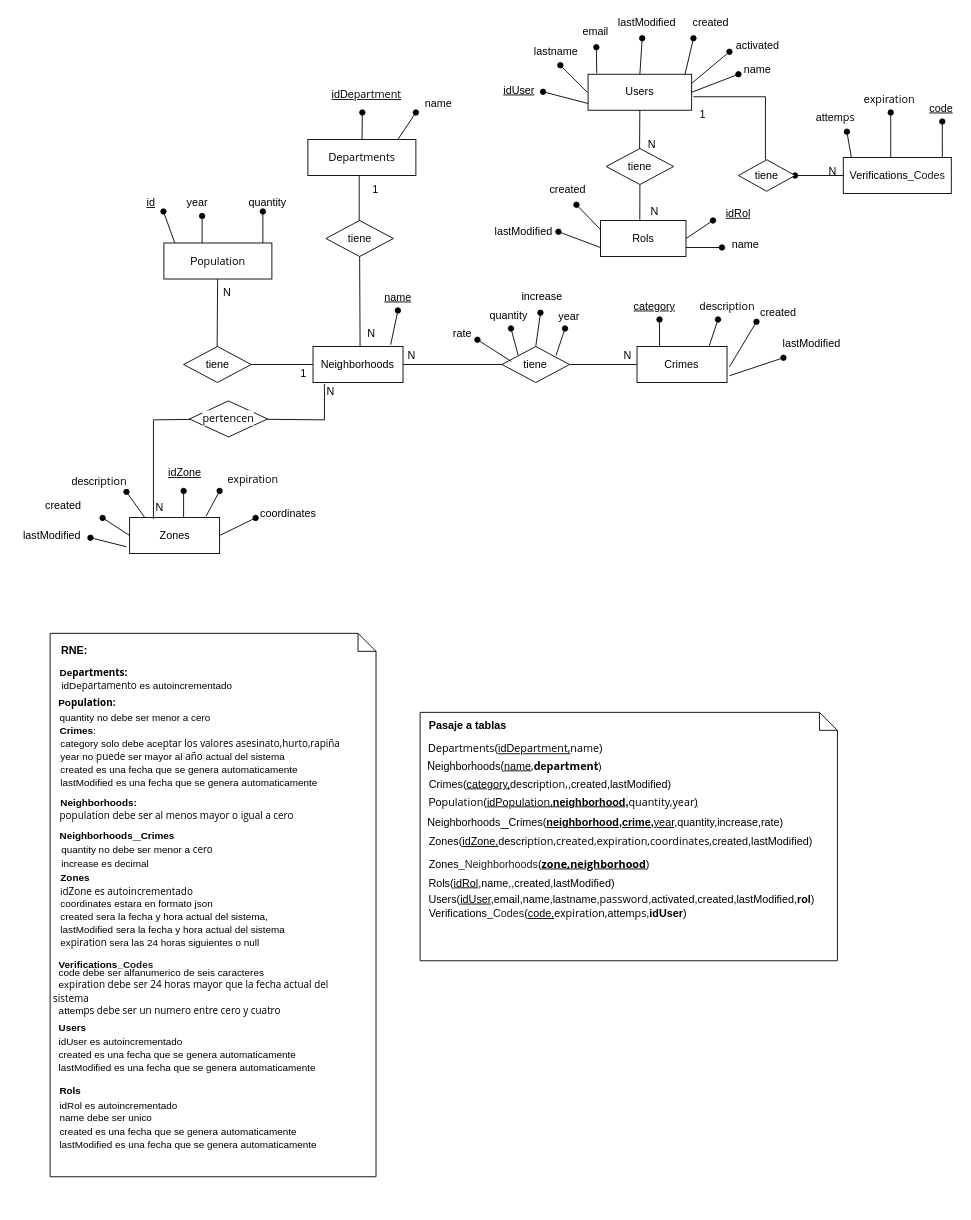
Earlier version of the draw.io diagram CityRisksMapsDER.drawio (Agustin15/CityRisksMaps). Source tidied: cells renumbered, new cells numbered last; positions are measured from the earlier drawing's top-left corner, leaving out a move shared by most shapes. Both pictures are drawn from the tidied source at 90%, with x=0, y=0 at pixel (14, 15).
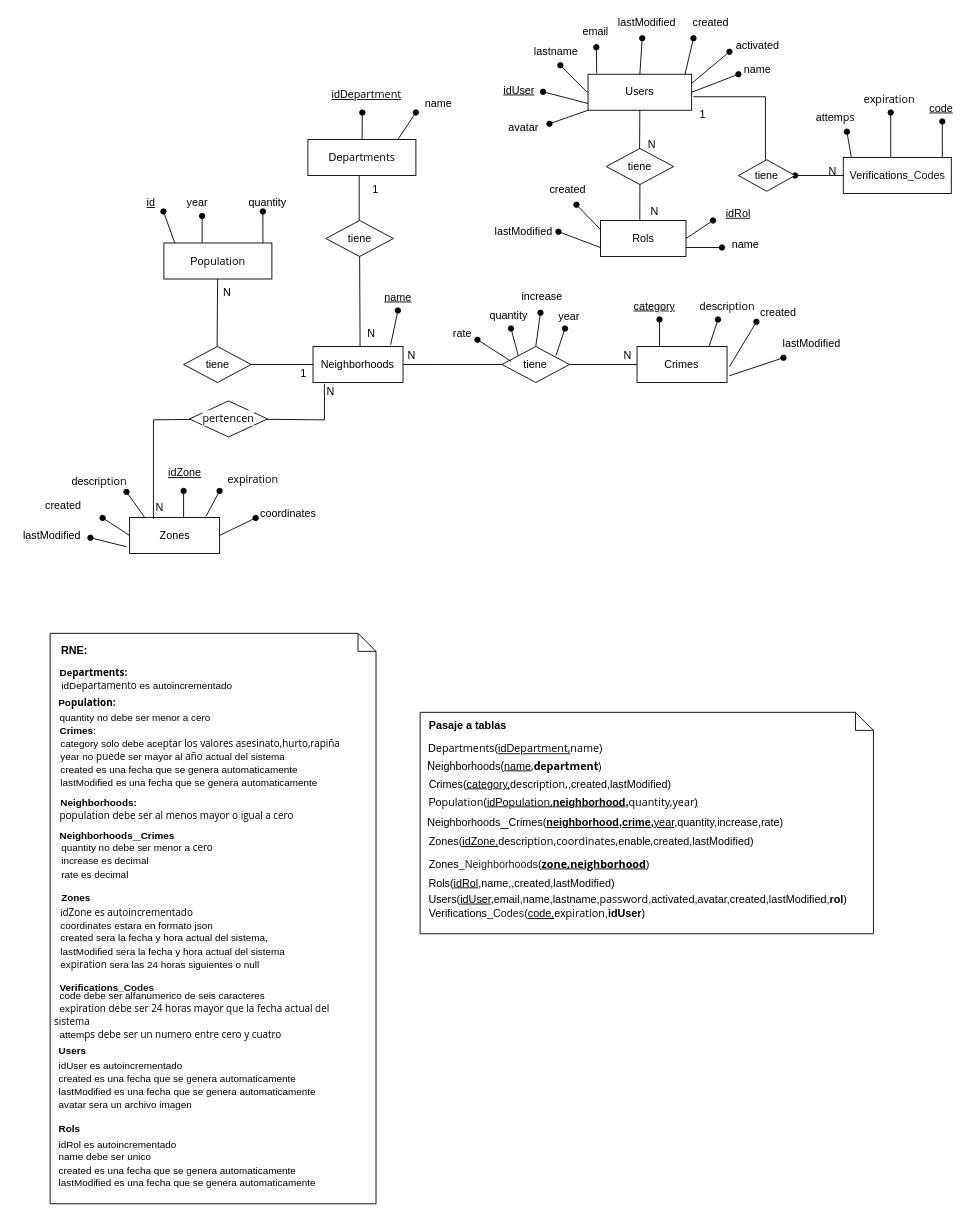
The same page after the edit.

The change refers to these unchanged cells:
```xml
<mxCell id="77" value="Users" style="whiteSpace=wrap;html=1;align=center;" parent="1" vertex="1">
  <mxGeometry x="636.9" y="65" width="115.1" height="40" as="geometry" />
</mxCell>
```

What changed in the source:
```diff
@@
     <mxCell id="22" style="shape=note;size=20;whiteSpace=wrap;html=1;align=left;" parent="1" vertex="1">
-      <mxGeometry x="39.2" y="686.2" width="362.1" height="603.8" as="geometry" />
+      <mxGeometry x="39.2" y="686.2" width="362.1" height="633.8" as="geometry" />
     </mxCell>
@@
     <mxCell id="27" value="&amp;nbsp;" style="shape=note;size=20;whiteSpace=wrap;html=1;align=left;" parent="1" vertex="1">
-      <mxGeometry x="450.3" y="774" width="463.7" height="276" as="geometry" />
+      <mxGeometry x="450.3" y="774" width="503.7" height="246" as="geometry" />
     </mxCell>
@@
-    <mxCell id="42" value="&lt;font style=&quot;color: rgb(0, 0, 0);&quot;&gt;&lt;font style=&quot;font-size: 11px;&quot;&gt;&lt;span style=&quot;font-family: &amp;quot;Google Sans&amp;quot;, Arial, sans-serif;&quot;&gt;quantity no debe ser menor a&amp;nbsp;&lt;/span&gt;&lt;span style=&quot;font-family: &amp;quot;Open Sans&amp;quot;, Arial, Helvetica, sans-serif;&quot;&gt;cero&lt;/span&gt;&lt;/font&gt;&lt;/font&gt;&lt;div&gt;&lt;font style=&quot;color: rgb(0, 0, 0);&quot;&gt;&lt;font style=&quot;font-size: 11px;&quot;&gt;&lt;span style=&quot;font-family: &amp;quot;Open Sans&amp;quot;, Arial, Helvetica, sans-serif;&quot;&gt;&lt;span style=&quot;font-family: Helvetica;&quot;&gt;increase&amp;nbsp;es decimal&lt;/span&gt;&lt;/span&gt;&lt;/font&gt;&lt;/font&gt;&lt;/div&gt;" style="text;html=1;align=left;verticalAlign=middle;whiteSpace=wrap;rounded=0;" parent="1" vertex="1">
-      <mxGeometry x="49.7" y="918" width="199.5" height="31.5" as="geometry" />
+    <mxCell id="42" value="&lt;font style=&quot;color: rgb(0, 0, 0);&quot;&gt;&lt;font style=&quot;font-size: 11px;&quot;&gt;&lt;span style=&quot;font-family: &amp;quot;Google Sans&amp;quot;, Arial, sans-serif;&quot;&gt;quantity no debe ser menor a&amp;nbsp;&lt;/span&gt;&lt;span style=&quot;font-family: &amp;quot;Open Sans&amp;quot;, Arial, Helvetica, sans-serif;&quot;&gt;cero&lt;/span&gt;&lt;/font&gt;&lt;/font&gt;&lt;div&gt;&lt;font style=&quot;color: rgb(0, 0, 0);&quot;&gt;&lt;font style=&quot;font-size: 11px;&quot;&gt;&lt;span style=&quot;font-family: &amp;quot;Open Sans&amp;quot;, Arial, Helvetica, sans-serif;&quot;&gt;&lt;span style=&quot;font-family: Helvetica;&quot;&gt;increase&amp;nbsp;es decimal&lt;/span&gt;&lt;/span&gt;&lt;/font&gt;&lt;/font&gt;&lt;/div&gt;&lt;div&gt;&lt;font style=&quot;color: rgb(0, 0, 0);&quot;&gt;&lt;font style=&quot;font-size: 11px;&quot;&gt;&lt;span style=&quot;font-family: &amp;quot;Open Sans&amp;quot;, Arial, Helvetica, sans-serif;&quot;&gt;&lt;span style=&quot;font-family: Helvetica;&quot;&gt;rate es decimal&lt;/span&gt;&lt;/span&gt;&lt;/font&gt;&lt;/font&gt;&lt;/div&gt;" style="text;html=1;align=left;verticalAlign=middle;whiteSpace=wrap;rounded=0;" parent="1" vertex="1">
+      <mxGeometry x="49.7" y="918" width="199.5" height="42" as="geometry" />
     </mxCell>
@@
     <mxCell id="68" value="&lt;div style=&quot;text-align: center;&quot;&gt;&lt;b&gt;&lt;font style=&quot;font-size: 11px;&quot;&gt;Verifications&lt;span style=&quot;color: rgb(31, 31, 31); font-family: &amp;quot;Google Sans&amp;quot;, Arial, sans-serif; text-align: left; background-color: rgb(255, 255, 255);&quot;&gt;_Codes&lt;/span&gt;&lt;/font&gt;&lt;/b&gt;&lt;/div&gt;" style="text;html=1;align=left;verticalAlign=middle;whiteSpace=wrap;rounded=0;" parent="1" vertex="1">
-      <mxGeometry x="46.6" y="1043.5" width="148.9" height="20" as="geometry" />
+      <mxGeometry x="47.7" y="1070" width="148.9" height="20" as="geometry" />
     </mxCell>
-    <mxCell id="69" value="&lt;div style=&quot;text-align: center;&quot;&gt;&lt;font&gt;&lt;font&gt;&amp;nbsp;Verifications&lt;span style=&quot;color: rgb(31, 31, 31); font-family: &amp;quot;Google Sans&amp;quot;, Arial, sans-serif; text-align: left; background-color: rgb(255, 255, 255);&quot;&gt;_Codes&lt;/span&gt;&lt;/font&gt;&lt;span style=&quot;background-color: transparent; color: light-dark(rgb(0, 0, 0), rgb(255, 255, 255));&quot;&gt;(&lt;u&gt;code,&lt;/u&gt;&lt;/span&gt;&lt;/font&gt;&lt;font&gt;&lt;span style=&quot;background-color: transparent; color: light-dark(rgb(0, 0, 0), rgb(255, 255, 255));&quot;&gt;ex&lt;/span&gt;&lt;span style=&quot;color: light-dark(rgb(0, 0, 0), rgb(255, 255, 255)); text-align: left; font-family: &amp;quot;Open Sans&amp;quot;, Arial, Helvetica, sans-serif; background-color: rgb(255, 255, 255);&quot;&gt;piration,&lt;/span&gt;&lt;/font&gt;&lt;span style=&quot;background-color: transparent; color: light-dark(rgb(0, 0, 0), rgb(255, 255, 255));&quot;&gt;attem&lt;/span&gt;&lt;span style=&quot;color: light-dark(rgb(0, 0, 0), rgb(255, 255, 255)); text-align: left; font-family: &amp;quot;Open Sans&amp;quot;, Arial, Helvetica, sans-serif; background-color: rgb(255, 255, 255);&quot;&gt;ps&lt;/span&gt;&lt;span style=&quot;background-color: transparent; color: light-dark(rgb(0, 0, 0), rgb(255, 255, 255));&quot;&gt;,&lt;b&gt;idUser&lt;/b&gt;&lt;/span&gt;&lt;span style=&quot;background-color: transparent; color: light-dark(rgb(0, 0, 0), rgb(255, 255, 255));&quot;&gt;)&lt;/span&gt;&lt;/div&gt;" style="text;html=1;align=left;verticalAlign=middle;whiteSpace=wrap;rounded=0;" parent="1" vertex="1">
+    <mxCell id="69" value="&lt;div style=&quot;text-align: center;&quot;&gt;&lt;font&gt;&lt;font&gt;&amp;nbsp;Verifications&lt;span style=&quot;color: rgb(31, 31, 31); font-family: &amp;quot;Google Sans&amp;quot;, Arial, sans-serif; text-align: left; background-color: rgb(255, 255, 255);&quot;&gt;_Codes&lt;/span&gt;&lt;/font&gt;&lt;span style=&quot;background-color: transparent; color: light-dark(rgb(0, 0, 0), rgb(255, 255, 255));&quot;&gt;(&lt;u&gt;code,&lt;/u&gt;&lt;/span&gt;&lt;/font&gt;&lt;font&gt;&lt;span style=&quot;background-color: transparent; color: light-dark(rgb(0, 0, 0), rgb(255, 255, 255));&quot;&gt;ex&lt;/span&gt;&lt;span style=&quot;color: light-dark(rgb(0, 0, 0), rgb(255, 255, 255)); text-align: left; font-family: &amp;quot;Open Sans&amp;quot;, Arial, Helvetica, sans-serif; background-color: rgb(255, 255, 255);&quot;&gt;piration&lt;/span&gt;&lt;/font&gt;&lt;span style=&quot;background-color: transparent; color: light-dark(rgb(0, 0, 0), rgb(255, 255, 255));&quot;&gt;,&lt;b&gt;idUser&lt;/b&gt;&lt;/span&gt;&lt;span style=&quot;background-color: transparent; color: light-dark(rgb(0, 0, 0), rgb(255, 255, 255));&quot;&gt;)&lt;/span&gt;&lt;/div&gt;" style="text;html=1;align=left;verticalAlign=middle;whiteSpace=wrap;rounded=0;" parent="1" vertex="1">
       <mxGeometry x="454.8" y="987.9" width="329.8" height="21" as="geometry" />
     </mxCell>
     <mxCell id="70" value="&lt;div style=&quot;&quot;&gt;&lt;span style=&quot;background-color: transparent; color: light-dark(rgb(0, 0, 0), rgb(255, 255, 255)); font-size: 11px;&quot;&gt;&amp;nbsp; code debe ser alfanumerico de seis caracteres&lt;/span&gt;&lt;/div&gt;&lt;div style=&quot;&quot;&gt;&lt;span&gt;&lt;span style=&quot;font-size: 11px;&quot;&gt;&amp;nbsp; ex&lt;/span&gt;&lt;span style=&quot;font-size: 11px; font-family: &amp;quot;Open Sans&amp;quot;, Arial, Helvetica, sans-serif; background-color: rgb(255, 255, 255);&quot;&gt;piration debe ser 24 horas mayor que la fecha actual del sistema&lt;/span&gt;&lt;span style=&quot;color: light-dark(rgb(0, 0, 0), rgb(255, 255, 255)); font-size: 11px;&quot;&gt;&lt;/span&gt;&lt;/span&gt;&lt;/div&gt;&lt;div style=&quot;&quot;&gt;&lt;span style=&quot;font-size: 11px; font-family: &amp;quot;Open Sans&amp;quot;, Arial, Helvetica, sans-serif;&quot;&gt;&lt;span style=&quot;background-color: rgb(255, 255, 255); font-family: Helvetica;&quot;&gt;&amp;nbsp;&amp;nbsp;&lt;/span&gt;&lt;span style=&quot;font-size: 12px;&quot;&gt;&lt;font style=&quot;font-size: 11px;&quot;&gt;&lt;span&gt;&lt;span style=&quot;font-family: Helvetica;&quot;&gt;a&lt;/span&gt;&lt;span style=&quot;font-family: Helvetica;&quot;&gt;tt&lt;/span&gt;&lt;span style=&quot;font-family: Helvetica;&quot;&gt;e&lt;/span&gt;&lt;span style=&quot;font-family: Helvetica;&quot;&gt;m&lt;/span&gt;&lt;span&gt;ps&lt;/span&gt;&lt;/span&gt;&lt;span style=&quot;background-color: rgb(255, 255, 255);&quot;&gt;&amp;nbsp;&lt;/span&gt;&lt;/font&gt;&lt;span style=&quot;background-color: rgb(255, 255, 255); font-size: 11px;&quot;&gt;debe ser un numero entre cero y cuatro&amp;nbsp;&lt;/span&gt;&lt;/span&gt;&lt;/span&gt;&lt;/div&gt;" style="text;html=1;align=left;verticalAlign=middle;whiteSpace=wrap;rounded=0;" parent="1" vertex="1">
-      <mxGeometry x="41.1" y="1063.5" width="345.5" height="40" as="geometry" />
+      <mxGeometry x="42.2" y="1090" width="345.5" height="40" as="geometry" />
     </mxCell>
@@
     <mxCell id="97" value="&lt;div style=&quot;text-align: center;&quot;&gt;&lt;span style=&quot;font-size: 11px;&quot;&gt;&lt;b&gt;Users&lt;/b&gt;&lt;/span&gt;&lt;/div&gt;" style="text;html=1;align=left;verticalAlign=middle;whiteSpace=wrap;rounded=0;" parent="1" vertex="1">
-      <mxGeometry x="46.6" y="1113.5" width="153.5" height="20" as="geometry" />
+      <mxGeometry x="47.4" y="1140" width="153.5" height="20" as="geometry" />
     </mxCell>
-    <mxCell id="98" value="&lt;div style=&quot;text-align: center;&quot;&gt;Users(&lt;u&gt;idUser&lt;/u&gt;,email,name,lastname,&lt;span style=&quot;background-color: rgb(255, 255, 255); font-family: &amp;quot;Open Sans&amp;quot;, Arial, Helvetica, sans-serif; color: light-dark(rgb(0, 0, 0), rgb(255, 255, 255)); text-align: left;&quot;&gt;password&lt;/span&gt;&lt;span style=&quot;background-color: transparent; color: light-dark(rgb(0, 0, 0), rgb(255, 255, 255));&quot;&gt;,activated,created,lastModified,&lt;/span&gt;&lt;b style=&quot;background-color: transparent; color: light-dark(rgb(0, 0, 0), rgb(255, 255, 255));&quot;&gt;rol&lt;/b&gt;&lt;span style=&quot;background-color: transparent; color: light-dark(rgb(0, 0, 0), rgb(255, 255, 255));&quot;&gt;)&lt;/span&gt;&lt;/div&gt;" style="text;html=1;align=left;verticalAlign=middle;whiteSpace=wrap;rounded=0;" parent="1" vertex="1">
+    <mxCell id="98" value="&lt;div style=&quot;text-align: center;&quot;&gt;Users(&lt;u&gt;idUser&lt;/u&gt;,email,name,lastname,&lt;span style=&quot;background-color: rgb(255, 255, 255); font-family: &amp;quot;Open Sans&amp;quot;, Arial, Helvetica, sans-serif; color: light-dark(rgb(0, 0, 0), rgb(255, 255, 255)); text-align: left;&quot;&gt;password&lt;/span&gt;&lt;span style=&quot;background-color: transparent; color: light-dark(rgb(0, 0, 0), rgb(255, 255, 255));&quot;&gt;,activated,avatar,created,lastModified,&lt;/span&gt;&lt;b style=&quot;background-color: transparent; color: light-dark(rgb(0, 0, 0), rgb(255, 255, 255));&quot;&gt;rol&lt;/b&gt;&lt;span style=&quot;background-color: transparent; color: light-dark(rgb(0, 0, 0), rgb(255, 255, 255));&quot;&gt;)&lt;/span&gt;&lt;/div&gt;" style="text;html=1;align=left;verticalAlign=middle;whiteSpace=wrap;rounded=0;" parent="1" vertex="1">
       <mxGeometry x="457.8" y="973.9" width="436.2" height="16.1" as="geometry" />
     </mxCell>
     <mxCell id="99" value="&lt;div style=&quot;text-align: center;&quot;&gt;&lt;span style=&quot;font-size: 11px;&quot;&gt;&lt;b&gt;Rols&lt;/b&gt;&lt;/span&gt;&lt;/div&gt;" style="text;html=1;align=left;verticalAlign=middle;whiteSpace=wrap;rounded=0;" parent="1" vertex="1">
-      <mxGeometry x="47.6" y="1183.5" width="150.5" height="20" as="geometry" />
+      <mxGeometry x="46.6" y="1226.5" width="150.5" height="20" as="geometry" />
     </mxCell>
     <mxCell id="100" value="&lt;span style=&quot;font-size: 11px;&quot;&gt;idRol es autoincrementado&lt;/span&gt;&lt;div&gt;&lt;span style=&quot;font-size: 11px;&quot;&gt;name debe ser unico&lt;/span&gt;&lt;span style=&quot;font-size: 11px;&quot;&gt;&lt;/span&gt;&lt;/div&gt;&lt;div&gt;&lt;div&gt;&lt;span style=&quot;font-size: 11px;&quot;&gt;created es una fecha que se genera automaticamente&lt;/span&gt;&lt;span style=&quot;font-size: 11px;&quot;&gt;&lt;/span&gt;&lt;/div&gt;&lt;div&gt;&lt;span style=&quot;font-size: 11px;&quot;&gt;lastModified es una fecha que se genera automaticamente&lt;/span&gt;&lt;/div&gt;&lt;/div&gt;" style="text;html=1;align=left;verticalAlign=middle;whiteSpace=wrap;rounded=0;" parent="1" vertex="1">
-      <mxGeometry x="47.6" y="1203.5" width="346.4" height="56.5" as="geometry" />
+      <mxGeometry x="47.4" y="1246.5" width="346.4" height="56.5" as="geometry" />
     </mxCell>
@@
-    <mxCell id="105" value="&lt;span style=&quot;font-size: 11px;&quot;&gt;idUser es autoincrementado&lt;/span&gt;&lt;div&gt;&lt;span style=&quot;font-size: 11px;&quot;&gt;created es una fecha que se genera automaticamente&lt;/span&gt;&lt;span style=&quot;font-size: 11px;&quot;&gt;&lt;/span&gt;&lt;/div&gt;&lt;div&gt;&lt;span style=&quot;font-size: 11px;&quot;&gt;lastModified es una fecha que se genera automaticamente&lt;/span&gt;&lt;span style=&quot;font-size: 11px;&quot;&gt;&lt;/span&gt;&lt;/div&gt;" style="text;html=1;align=left;verticalAlign=middle;whiteSpace=wrap;rounded=0;" parent="1" vertex="1">
-      <mxGeometry x="46.6" y="1133.5" width="320" height="40" as="geometry" />
+    <mxCell id="105" value="&lt;span style=&quot;font-size: 11px;&quot;&gt;idUser es autoincrementado&lt;/span&gt;&lt;div&gt;&lt;span style=&quot;font-size: 11px;&quot;&gt;created es una fecha que se genera automaticamente&lt;/span&gt;&lt;span style=&quot;font-size: 11px;&quot;&gt;&lt;/span&gt;&lt;/div&gt;&lt;div&gt;&lt;span style=&quot;font-size: 11px;&quot;&gt;lastModified es una fecha que se genera automaticamente&lt;/span&gt;&lt;span style=&quot;font-size: 11px;&quot;&gt;&lt;/span&gt;&lt;/div&gt;&lt;div&gt;&lt;span style=&quot;font-size: 11px;&quot;&gt;avatar sera un archivo imagen&lt;/span&gt;&lt;/div&gt;" style="text;html=1;align=left;verticalAlign=middle;whiteSpace=wrap;rounded=0;" parent="1" vertex="1">
+      <mxGeometry x="47.4" y="1160" width="320" height="56.5" as="geometry" />
     </mxCell>
@@
     <mxCell id="124" value="&lt;div style=&quot;text-align: center;&quot;&gt;&lt;span style=&quot;font-size: 11px;&quot;&gt;&lt;b&gt;Zones&lt;/b&gt;&lt;/span&gt;&lt;/div&gt;" style="text;html=1;align=left;verticalAlign=middle;whiteSpace=wrap;rounded=0;" parent="1" vertex="1">
-      <mxGeometry x="48.7" y="951.4" width="66.5" height="12.5" as="geometry" />
+      <mxGeometry x="49.7" y="973.9" width="66.5" height="12.5" as="geometry" />
     </mxCell>
-    <mxCell id="125" value="&lt;div style=&quot;text-align: center;&quot;&gt;&lt;font&gt;&lt;span style=&quot;background-color: transparent; color: light-dark(rgb(0, 0, 0), rgb(255, 255, 255));&quot;&gt;&amp;nbsp;Zones&lt;/span&gt;&lt;span style=&quot;background-color: transparent; color: light-dark(rgb(0, 0, 0), rgb(255, 255, 255));&quot;&gt;(&lt;u&gt;idZone,&lt;/u&gt;&lt;/span&gt;&lt;/font&gt;&lt;span style=&quot;background-color: transparent; color: light-dark(rgb(0, 0, 0), rgb(255, 255, 255));&quot;&gt;descri&lt;/span&gt;&lt;span style=&quot;color: light-dark(rgb(0, 0, 0), rgb(255, 255, 255)); text-align: left; font-family: &amp;quot;Open Sans&amp;quot;, Arial, Helvetica, sans-serif; background-color: rgb(255, 255, 255);&quot;&gt;ption,created,&lt;/span&gt;&lt;span style=&quot;background-color: transparent; color: light-dark(rgb(0, 0, 0), rgb(255, 255, 255));&quot;&gt;ex&lt;/span&gt;&lt;span style=&quot;color: light-dark(rgb(0, 0, 0), rgb(255, 255, 255)); text-align: left; font-family: &amp;quot;Open Sans&amp;quot;, Arial, Helvetica, sans-serif; background-color: rgb(255, 255, 255);&quot;&gt;piration,coordinates,&lt;/span&gt;&lt;span style=&quot;background-color: transparent; color: light-dark(rgb(0, 0, 0), rgb(255, 255, 255));&quot;&gt;created,lastModified&lt;/span&gt;&lt;span style=&quot;background-color: transparent; color: light-dark(rgb(0, 0, 0), rgb(255, 255, 255));&quot;&gt;)&lt;/span&gt;&lt;/div&gt;" style="text;html=1;align=left;verticalAlign=middle;whiteSpace=wrap;rounded=0;" parent="1" vertex="1">
+    <mxCell id="125" value="&lt;div style=&quot;text-align: center;&quot;&gt;&lt;font&gt;&lt;span style=&quot;background-color: transparent; color: light-dark(rgb(0, 0, 0), rgb(255, 255, 255));&quot;&gt;&amp;nbsp;Zones&lt;/span&gt;&lt;span style=&quot;background-color: transparent; color: light-dark(rgb(0, 0, 0), rgb(255, 255, 255));&quot;&gt;(&lt;u&gt;idZone,&lt;/u&gt;&lt;/span&gt;&lt;/font&gt;&lt;span style=&quot;background-color: transparent; color: light-dark(rgb(0, 0, 0), rgb(255, 255, 255));&quot;&gt;descri&lt;/span&gt;&lt;span style=&quot;color: light-dark(rgb(0, 0, 0), rgb(255, 255, 255)); text-align: left; font-family: &amp;quot;Open Sans&amp;quot;, Arial, Helvetica, sans-serif; background-color: rgb(255, 255, 255);&quot;&gt;ption&lt;/span&gt;&lt;span style=&quot;color: light-dark(rgb(0, 0, 0), rgb(255, 255, 255)); text-align: left; font-family: &amp;quot;Open Sans&amp;quot;, Arial, Helvetica, sans-serif; background-color: rgb(255, 255, 255);&quot;&gt;,coordinates,&lt;/span&gt;&lt;span style=&quot;background-color: transparent; color: light-dark(rgb(0, 0, 0), rgb(255, 255, 255)); text-align: left;&quot;&gt;enable&lt;/span&gt;&lt;span style=&quot;color: light-dark(rgb(0, 0, 0), rgb(255, 255, 255)); text-align: left; font-family: &amp;quot;Open Sans&amp;quot;, Arial, Helvetica, sans-serif; background-color: rgb(255, 255, 255);&quot;&gt;,&lt;/span&gt;&lt;span style=&quot;background-color: transparent; color: light-dark(rgb(0, 0, 0), rgb(255, 255, 255));&quot;&gt;created,lastModified&lt;/span&gt;&lt;span style=&quot;background-color: transparent; color: light-dark(rgb(0, 0, 0), rgb(255, 255, 255));&quot;&gt;)&lt;/span&gt;&lt;/div&gt;" style="text;html=1;align=left;verticalAlign=middle;whiteSpace=wrap;rounded=0;" parent="1" vertex="1">
       <mxGeometry x="454.8" y="905.5" width="329.8" height="25.8" as="geometry" />
     </mxCell>
@@
     <mxCell id="131" value="&lt;span style=&quot;font-size: 11px;&quot;&gt;&lt;span style=&quot;background-color: rgb(255, 255, 255);&quot;&gt;i&lt;/span&gt;&lt;span style=&quot;font-family: &amp;quot;Open Sans&amp;quot;, Arial, Helvetica, sans-serif; background-color: rgb(255, 255, 255);&quot;&gt;dZone es autoincrementado&lt;/span&gt;&lt;/span&gt;&lt;div&gt;&lt;span style=&quot;font-size: 11px;&quot;&gt;coordinates estara en formato json&lt;/span&gt;&lt;span style=&quot;font-size: 11px;&quot;&gt;&lt;font face=&quot;Open Sans, Arial, Helvetica, sans-serif&quot;&gt;&lt;span style=&quot;background-color: rgb(255, 255, 255);&quot;&gt;&lt;/span&gt;&lt;/font&gt;&lt;/span&gt;&lt;/div&gt;&lt;div&gt;&lt;span style=&quot;font-size: 11px;&quot;&gt;created sera la fecha y hora actual del sistema,&lt;/span&gt;&lt;span style=&quot;font-size: 11px; text-align: center;&quot;&gt;&lt;/span&gt;&lt;/div&gt;&lt;div&gt;&lt;span style=&quot;font-size: 11px;&quot;&gt;lastModified sera la fecha y hora actual del sistema&lt;/span&gt;&lt;span style=&quot;font-size: 11px;&quot;&gt;&lt;/span&gt;&lt;/div&gt;&lt;div&gt;&lt;font style=&quot;font-size: 11px;&quot;&gt;&lt;span style=&quot;color: light-dark(rgb(0, 0, 0), rgb(255, 255, 255)); background-color: rgb(255, 255, 255);&quot;&gt;ex&lt;/span&gt;&lt;span style=&quot;color: light-dark(rgb(0, 0, 0), rgb(255, 255, 255)); background-color: rgb(255, 255, 255); font-family: &amp;quot;Open Sans&amp;quot;, Arial, Helvetica, sans-serif;&quot;&gt;piration&lt;/span&gt;&lt;span style=&quot;color: light-dark(rgb(0, 0, 0), rgb(255, 255, 255)); text-align: center; background-color: transparent;&quot;&gt;&amp;nbsp;sera las 24 horas siguientes o null&lt;/span&gt;&lt;/font&gt;&lt;span style=&quot;font-size: 11px;&quot;&gt;&lt;/span&gt;&lt;/div&gt;" style="text;html=1;align=left;verticalAlign=middle;whiteSpace=wrap;rounded=0;" parent="1" vertex="1">
-      <mxGeometry x="48.7" y="963.9" width="300" height="73.5" as="geometry" />
+      <mxGeometry x="48.7" y="987.9" width="300" height="73.5" as="geometry" />
     </mxCell>
@@
+    <mxCell id="146" style="endArrow=none;html=1;rounded=0;entryX=0;entryY=1;entryDx=0;entryDy=0;startArrow=oval;startFill=1;" parent="1" edge="1" target="77">
+      <mxGeometry relative="1" as="geometry">
+        <mxPoint x="594" y="120" as="sourcePoint" />
+      </mxGeometry>
+    </mxCell>
+    <mxCell id="147" value="avatar" style="text;html=1;align=center;verticalAlign=middle;whiteSpace=wrap;rounded=0;" parent="1" vertex="1">
+      <mxGeometry x="552.1" y="117.5" width="27" height="15" as="geometry" />
+    </mxCell>
```
